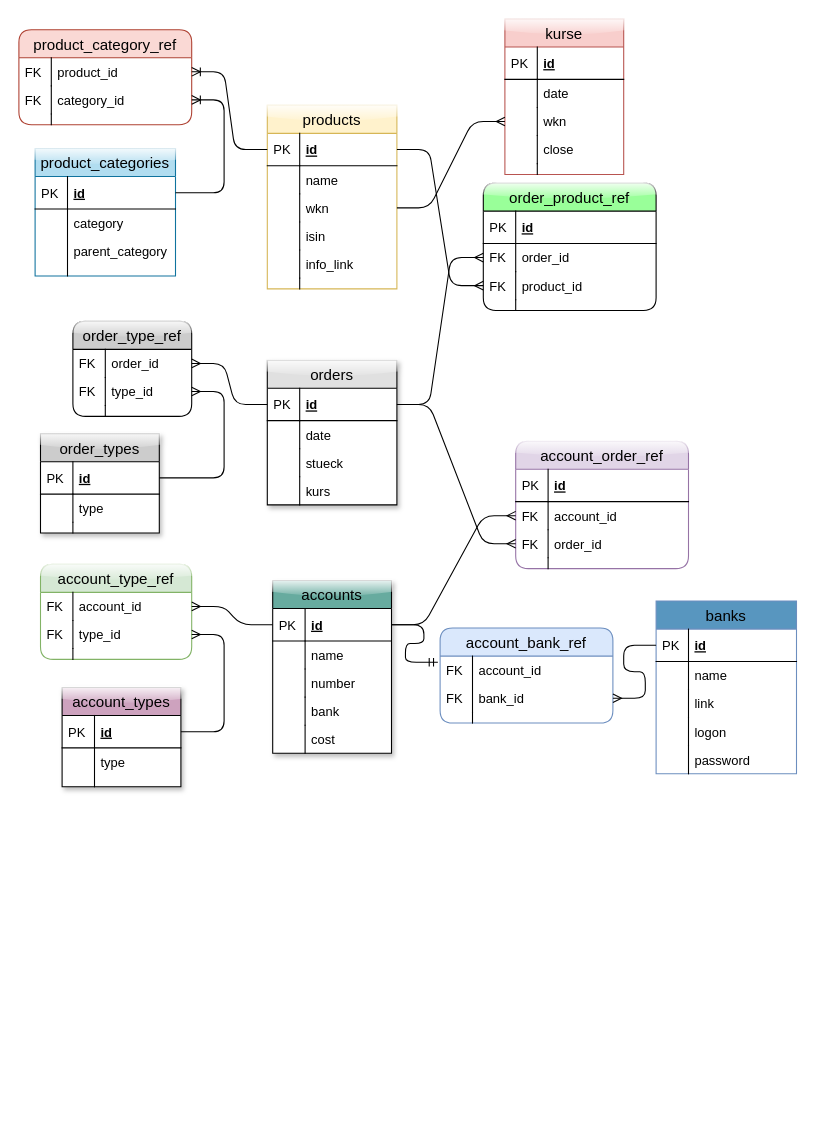
Before: database/investment/design/relationships.drawio in l07p/pi_server, a draw.io diagram. Source tidied: cells renumbered, new cells numbered last; positions are measured from the earlier drawing's top-left corner, leaving out a move shared by most shapes. Both pictures are drawn from the tidied source at 108%, with x=0, y=0 at pixel (18, 18).
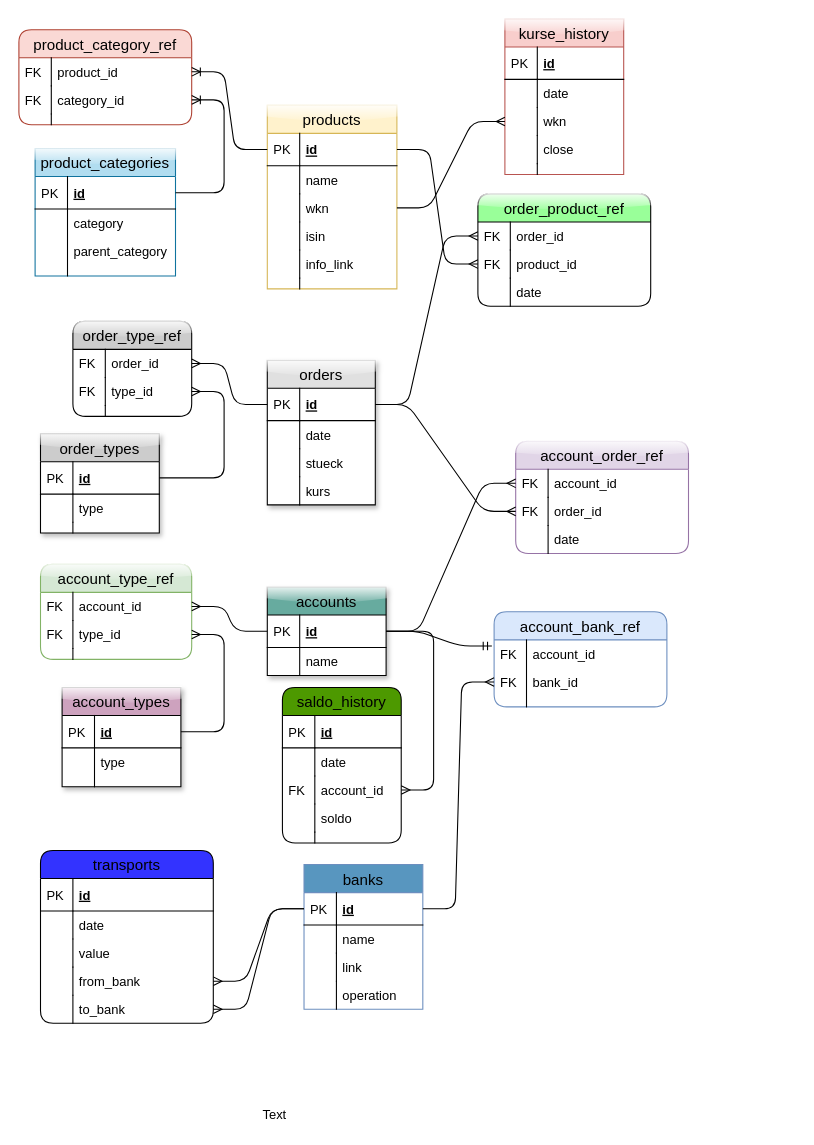
After the change.

The change refers to these unchanged cells:
```xml
<mxCell id="43" value="id" style="shape=partialRectangle;top=0;left=0;right=0;bottom=1;align=left;verticalAlign=middle;fillColor=none;spacingLeft=34;spacingRight=4;overflow=hidden;points=[[0,0.5],[1,0.5]];portConstraint=eastwest;fontStyle=5;fontSize=12;" parent="42" vertex="1">
  <mxGeometry y="26" width="110" height="30" as="geometry" />
</mxCell>
```

The edit, as a diff of the source:
```diff
@@
     <mxCell id="33" value="orders" style="swimlane;fontStyle=0;horizontal=1;startSize=26;fillColor=#e0e0e0;swimlaneFillColor=#ffffff;align=center;fontSize=14;rounded=0;glass=1;comic=0;shadow=1;" parent="1" vertex="1">
-      <mxGeometry x="230" y="316" width="120" height="134" as="geometry" />
+      <mxGeometry x="230" y="316" width="100" height="134" as="geometry" />
     </mxCell>
     <mxCell id="34" value="id" style="shape=partialRectangle;top=0;left=0;right=0;bottom=1;align=left;verticalAlign=middle;fillColor=none;spacingLeft=34;spacingRight=4;overflow=hidden;points=[[0,0.5],[1,0.5]];portConstraint=eastwest;fontStyle=5;fontSize=12;" parent="33" vertex="1">
-      <mxGeometry y="26" width="120" height="30" as="geometry" />
+      <mxGeometry y="26" width="100" height="30" as="geometry" />
     </mxCell>
@@
     <mxCell id="36" value="date" style="shape=partialRectangle;top=0;left=0;right=0;bottom=0;align=left;verticalAlign=top;fillColor=none;spacingLeft=34;spacingRight=4;overflow=hidden;fontSize=12;" parent="33" vertex="1">
-      <mxGeometry y="56" width="120" height="26" as="geometry" />
+      <mxGeometry y="56" width="100" height="26" as="geometry" />
     </mxCell>
@@
     <mxCell id="38" value="stueck" style="shape=partialRectangle;top=0;left=0;right=0;bottom=0;align=left;verticalAlign=top;fillColor=none;spacingLeft=34;spacingRight=4;overflow=hidden;fontSize=12;" parent="33" vertex="1">
-      <mxGeometry y="82" width="120" height="26" as="geometry" />
+      <mxGeometry y="82" width="100" height="26" as="geometry" />
     </mxCell>
@@
     <mxCell id="40" value="kurs" style="shape=partialRectangle;top=0;left=0;right=0;bottom=0;align=left;verticalAlign=top;fillColor=none;spacingLeft=34;spacingRight=4;overflow=hidden;fontSize=12;" parent="33" vertex="1">
-      <mxGeometry y="108" width="120" height="26" as="geometry" />
+      <mxGeometry y="108" width="100" height="26" as="geometry" />
     </mxCell>
@@
     <mxCell id="42" value="accounts" style="swimlane;fontStyle=0;horizontal=1;startSize=26;fillColor=#67AB9F;swimlaneFillColor=#ffffff;align=center;fontSize=14;rounded=0;shadow=1;glass=1;comic=0;" parent="1" vertex="1">
-      <mxGeometry x="235" y="520" width="110" height="160" as="geometry" />
+      <mxGeometry x="230" y="526" width="110" height="82" as="geometry" />
     </mxCell>
@@
-    <mxCell id="47" value="number" style="shape=partialRectangle;top=0;left=0;right=0;bottom=0;align=left;verticalAlign=top;fillColor=none;spacingLeft=34;spacingRight=4;overflow=hidden;fontSize=12;" parent="42" vertex="1">
-      <mxGeometry y="82" width="110" height="26" as="geometry" />
-    </mxCell>
-    <mxCell id="48" style="shape=partialRectangle;top=0;left=0;bottom=0;fillColor=none;align=left;verticalAlign=top;spacingLeft=4;spacingRight=4;overflow=hidden;fontSize=12;" parent="47" vertex="1">
-      <mxGeometry width="30" height="26" as="geometry" />
-    </mxCell>
-    <mxCell id="49" value="bank" style="shape=partialRectangle;top=0;left=0;right=0;bottom=0;align=left;verticalAlign=top;fillColor=none;spacingLeft=34;spacingRight=4;overflow=hidden;fontSize=12;" parent="42" vertex="1">
-      <mxGeometry y="108" width="110" height="26" as="geometry" />
-    </mxCell>
-    <mxCell id="50" style="shape=partialRectangle;top=0;left=0;bottom=0;fillColor=none;align=left;verticalAlign=top;spacingLeft=4;spacingRight=4;overflow=hidden;fontSize=12;" parent="49" vertex="1">
-      <mxGeometry width="30" height="26" as="geometry" />
-    </mxCell>
-    <mxCell id="51" value="cost" style="shape=partialRectangle;top=0;left=0;right=0;bottom=0;align=left;verticalAlign=top;fillColor=none;spacingLeft=34;spacingRight=4;overflow=hidden;fontSize=12;" parent="42" vertex="1">
-      <mxGeometry y="134" width="110" height="26" as="geometry" />
-    </mxCell>
-    <mxCell id="52" style="shape=partialRectangle;top=0;left=0;bottom=0;fillColor=none;align=left;verticalAlign=top;spacingLeft=4;spacingRight=4;overflow=hidden;fontSize=12;" parent="51" vertex="1">
-      <mxGeometry width="30" height="26" as="geometry" />
-    </mxCell>
@@
     <mxCell id="67" value="order_product_ref" style="swimlane;fontStyle=0;horizontal=1;startSize=26;fillColor=#99FF99;swimlaneFillColor=#ffffff;align=center;fontSize=14;rounded=1;glass=1;" parent="1" vertex="1">
-      <mxGeometry x="430" y="152" width="160" height="118" as="geometry" />
+      <mxGeometry x="425" y="162" width="160" height="104" as="geometry" />
     </mxCell>
-    <mxCell id="68" value="id" style="shape=partialRectangle;top=0;left=0;right=0;bottom=1;align=left;verticalAlign=middle;fillColor=none;spacingLeft=34;spacingRight=4;overflow=hidden;fontStyle=5;fontSize=12;" parent="67" vertex="1">
-      <mxGeometry y="26" width="160" height="30" as="geometry" />
-    </mxCell>
-    <mxCell id="69" value="PK" style="shape=partialRectangle;top=0;left=0;bottom=0;fillColor=none;align=left;verticalAlign=middle;spacingLeft=4;spacingRight=4;overflow=hidden;fontSize=12;" parent="68" vertex="1">
-      <mxGeometry width="30" height="30" as="geometry" />
-    </mxCell>
     <mxCell id="70" value="order_id" style="shape=partialRectangle;top=0;left=0;right=0;bottom=0;align=left;verticalAlign=top;fillColor=none;spacingLeft=34;spacingRight=4;overflow=hidden;points=[[0,0.5],[1,0.5]];portConstraint=eastwest;fontSize=12;" parent="67" vertex="1">
-      <mxGeometry y="56" width="160" height="26" as="geometry" />
+      <mxGeometry y="26" width="160" height="26" as="geometry" />
     </mxCell>
@@
     <mxCell id="72" value="product_id" style="shape=partialRectangle;top=0;left=0;right=0;bottom=0;align=left;verticalAlign=top;fillColor=none;spacingLeft=34;spacingRight=4;overflow=hidden;points=[[0,0.5],[1,0.5]];portConstraint=eastwest;fontSize=12;" parent="67" vertex="1">
-      <mxGeometry y="82" width="160" height="26" as="geometry" />
+      <mxGeometry y="52" width="160" height="26" as="geometry" />
     </mxCell>
@@
-    <mxCell id="74" style="shape=partialRectangle;top=0;left=0;right=0;bottom=0;align=left;verticalAlign=top;fillColor=none;spacingLeft=34;spacingRight=4;overflow=hidden;fontSize=12;" parent="67" vertex="1">
-      <mxGeometry y="108" width="160" height="10" as="geometry" />
-    </mxCell>
-    <mxCell id="75" style="shape=partialRectangle;top=0;left=0;bottom=0;fillColor=none;align=left;verticalAlign=top;spacingLeft=4;spacingRight=4;overflow=hidden;fontSize=12;" parent="74" vertex="1">
-      <mxGeometry width="30" height="10" as="geometry" />
-    </mxCell>
+    <mxCell id="139" value="date" style="shape=partialRectangle;top=0;left=0;right=0;bottom=0;align=left;verticalAlign=top;fillColor=none;spacingLeft=34;spacingRight=4;overflow=hidden;fontSize=12;" parent="67" vertex="1">
+      <mxGeometry y="78" width="160" height="26" as="geometry" />
+    </mxCell>
+    <mxCell id="140" style="shape=partialRectangle;top=0;left=0;bottom=0;fillColor=none;align=left;verticalAlign=top;spacingLeft=4;spacingRight=4;overflow=hidden;fontSize=12;" parent="139" vertex="1">
+      <mxGeometry width="30" height="26" as="geometry" />
+    </mxCell>
@@
     <mxCell id="96" value="account_order_ref" style="swimlane;fontStyle=0;horizontal=1;startSize=26;fillColor=#e1d5e7;swimlaneFillColor=#ffffff;align=center;fontSize=14;rounded=1;shadow=0;glass=1;strokeColor=#9673a6;" parent="1" vertex="1">
-      <mxGeometry x="460" y="391" width="160" height="118" as="geometry" />
+      <mxGeometry x="460" y="391" width="160" height="104" as="geometry" />
     </mxCell>
-    <mxCell id="97" value="id" style="shape=partialRectangle;top=0;left=0;right=0;bottom=1;align=left;verticalAlign=middle;fillColor=none;spacingLeft=34;spacingRight=4;overflow=hidden;fontStyle=5;fontSize=12;" parent="96" vertex="1">
-      <mxGeometry y="26" width="160" height="30" as="geometry" />
-    </mxCell>
-    <mxCell id="98" value="PK" style="shape=partialRectangle;top=0;left=0;bottom=0;fillColor=none;align=left;verticalAlign=middle;spacingLeft=4;spacingRight=4;overflow=hidden;fontSize=12;" parent="97" vertex="1">
-      <mxGeometry width="30" height="30" as="geometry" />
-    </mxCell>
     <mxCell id="99" value="account_id" style="shape=partialRectangle;top=0;left=0;right=0;bottom=0;align=left;verticalAlign=top;fillColor=none;spacingLeft=34;spacingRight=4;overflow=hidden;points=[[0,0.5],[1,0.5]];portConstraint=eastwest;fontSize=12;" parent="96" vertex="1">
-      <mxGeometry y="56" width="160" height="26" as="geometry" />
+      <mxGeometry y="26" width="160" height="26" as="geometry" />
     </mxCell>
@@
     <mxCell id="101" value="order_id" style="shape=partialRectangle;top=0;left=0;right=0;bottom=0;align=left;verticalAlign=top;fillColor=none;spacingLeft=34;spacingRight=4;overflow=hidden;points=[[0,0.5],[1,0.5]];portConstraint=eastwest;fontSize=12;" parent="96" vertex="1">
-      <mxGeometry y="82" width="160" height="26" as="geometry" />
+      <mxGeometry y="52" width="160" height="26" as="geometry" />
     </mxCell>
@@
-    <mxCell id="103" style="shape=partialRectangle;top=0;left=0;right=0;bottom=0;align=left;verticalAlign=top;fillColor=none;spacingLeft=34;spacingRight=4;overflow=hidden;fontSize=12;" parent="96" vertex="1">
-      <mxGeometry y="108" width="160" height="10" as="geometry" />
-    </mxCell>
-    <mxCell id="104" style="shape=partialRectangle;top=0;left=0;bottom=0;fillColor=none;align=left;verticalAlign=top;spacingLeft=4;spacingRight=4;overflow=hidden;fontSize=12;" parent="103" vertex="1">
-      <mxGeometry width="30" height="10" as="geometry" />
-    </mxCell>
+    <mxCell id="141" value="date" style="shape=partialRectangle;top=0;left=0;right=0;bottom=0;align=left;verticalAlign=top;fillColor=none;spacingLeft=34;spacingRight=4;overflow=hidden;fontSize=12;" parent="96" vertex="1">
+      <mxGeometry y="78" width="160" height="26" as="geometry" />
+    </mxCell>
+    <mxCell id="142" style="shape=partialRectangle;top=0;left=0;bottom=0;fillColor=none;align=left;verticalAlign=top;spacingLeft=4;spacingRight=4;overflow=hidden;fontSize=12;" parent="141" vertex="1">
+      <mxGeometry width="30" height="26" as="geometry" />
+    </mxCell>
@@
-    <mxCell id="107" value="kurse" style="swimlane;fontStyle=0;horizontal=1;startSize=26;fillColor=#f8cecc;swimlaneFillColor=#ffffff;align=center;fontSize=14;rounded=0;shadow=0;glass=1;strokeColor=#b85450;" parent="1" vertex="1">
+    <mxCell id="107" value="kurse_history" style="swimlane;fontStyle=0;horizontal=1;startSize=26;fillColor=#f8cecc;swimlaneFillColor=#ffffff;align=center;fontSize=14;rounded=0;shadow=0;glass=1;strokeColor=#b85450;" parent="1" vertex="1">
       <mxGeometry x="450" width="110" height="144" as="geometry" />
     </mxCell>
@@
     <mxCell id="119" value="banks" style="swimlane;fontStyle=0;horizontal=1;startSize=26;fillColor=#5896BF;swimlaneFillColor=#ffffff;align=center;fontSize=14;strokeColor=#6c8ebf;" parent="1" vertex="1">
-      <mxGeometry x="590" y="539" width="130" height="160" as="geometry" />
+      <mxGeometry x="264" y="783" width="110" height="134" as="geometry" />
     </mxCell>
     <mxCell id="120" value="id" style="shape=partialRectangle;top=0;left=0;right=0;bottom=1;align=left;verticalAlign=middle;fillColor=none;spacingLeft=34;spacingRight=4;overflow=hidden;points=[[0,0.5],[1,0.5]];portConstraint=eastwest;fontStyle=5;fontSize=12;" parent="119" vertex="1">
-      <mxGeometry y="26" width="130" height="30" as="geometry" />
+      <mxGeometry y="26" width="110" height="30" as="geometry" />
     </mxCell>
@@
     <mxCell id="122" value="name" style="shape=partialRectangle;top=0;left=0;right=0;bottom=0;align=left;verticalAlign=top;fillColor=none;spacingLeft=34;spacingRight=4;overflow=hidden;fontSize=12;" parent="119" vertex="1">
-      <mxGeometry y="56" width="130" height="26" as="geometry" />
+      <mxGeometry y="56" width="110" height="26" as="geometry" />
     </mxCell>
@@
     <mxCell id="124" value="link" style="shape=partialRectangle;top=0;left=0;right=0;bottom=0;align=left;verticalAlign=top;fillColor=none;spacingLeft=34;spacingRight=4;overflow=hidden;fontSize=12;" parent="119" vertex="1">
-      <mxGeometry y="82" width="130" height="26" as="geometry" />
+      <mxGeometry y="82" width="110" height="26" as="geometry" />
     </mxCell>
@@
-    <mxCell id="126" value="logon" style="shape=partialRectangle;top=0;left=0;right=0;bottom=0;align=left;verticalAlign=top;fillColor=none;spacingLeft=34;spacingRight=4;overflow=hidden;fontSize=12;" parent="119" vertex="1">
-      <mxGeometry y="108" width="130" height="26" as="geometry" />
+    <mxCell id="126" value="operation" style="shape=partialRectangle;top=0;left=0;right=0;bottom=0;align=left;verticalAlign=top;fillColor=none;spacingLeft=34;spacingRight=4;overflow=hidden;fontSize=12;" parent="119" vertex="1">
+      <mxGeometry y="108" width="110" height="26" as="geometry" />
     </mxCell>
@@
-    <mxCell id="128" value="password" style="shape=partialRectangle;top=0;left=0;right=0;bottom=0;align=left;verticalAlign=top;fillColor=none;spacingLeft=34;spacingRight=4;overflow=hidden;fontSize=12;" parent="119" vertex="1">
-      <mxGeometry y="134" width="130" height="26" as="geometry" />
-    </mxCell>
-    <mxCell id="129" style="shape=partialRectangle;top=0;left=0;bottom=0;fillColor=none;align=left;verticalAlign=top;spacingLeft=4;spacingRight=4;overflow=hidden;fontSize=12;" parent="128" vertex="1">
-      <mxGeometry width="30" height="26" as="geometry" />
-    </mxCell>
     <mxCell id="130" value="account_bank_ref" style="swimlane;fontStyle=0;horizontal=1;startSize=26;fillColor=#dae8fc;swimlaneFillColor=#ffffff;align=center;fontSize=14;rounded=1;strokeColor=#6c8ebf;" parent="1" vertex="1">
-      <mxGeometry x="390" y="564" width="160" height="88" as="geometry" />
+      <mxGeometry x="440" y="549" width="160" height="88" as="geometry" />
     </mxCell>
@@
+    <mxCell id="143" value="transports" style="swimlane;fontStyle=0;horizontal=1;startSize=26;fillColor=#3333FF;swimlaneFillColor=#ffffff;align=center;fontSize=14;rounded=1;" parent="1" vertex="1">
+      <mxGeometry x="20" y="770" width="160" height="160" as="geometry" />
+    </mxCell>
+    <mxCell id="144" value="id" style="shape=partialRectangle;top=0;left=0;right=0;bottom=1;align=left;verticalAlign=middle;fillColor=none;spacingLeft=34;spacingRight=4;overflow=hidden;fontStyle=5;fontSize=12;" parent="143" vertex="1">
+      <mxGeometry y="26" width="160" height="30" as="geometry" />
+    </mxCell>
+    <mxCell id="145" value="PK" style="shape=partialRectangle;top=0;left=0;bottom=0;fillColor=none;align=left;verticalAlign=middle;spacingLeft=4;spacingRight=4;overflow=hidden;fontSize=12;" parent="144" vertex="1">
+      <mxGeometry width="30" height="30" as="geometry" />
+    </mxCell>
+    <mxCell id="146" value="date" style="shape=partialRectangle;top=0;left=0;right=0;bottom=0;align=left;verticalAlign=top;fillColor=none;spacingLeft=34;spacingRight=4;overflow=hidden;fontSize=12;" parent="143" vertex="1">
+      <mxGeometry y="56" width="160" height="26" as="geometry" />
+    </mxCell>
+    <mxCell id="147" style="shape=partialRectangle;top=0;left=0;bottom=0;fillColor=none;align=left;verticalAlign=top;spacingLeft=4;spacingRight=4;overflow=hidden;fontSize=12;" parent="146" vertex="1">
+      <mxGeometry width="30" height="26" as="geometry" />
+    </mxCell>
+    <mxCell id="148" value="value" style="shape=partialRectangle;top=0;left=0;right=0;bottom=0;align=left;verticalAlign=top;fillColor=none;spacingLeft=34;spacingRight=4;overflow=hidden;fontSize=12;" parent="143" vertex="1">
+      <mxGeometry y="82" width="160" height="26" as="geometry" />
+    </mxCell>
+    <mxCell id="149" style="shape=partialRectangle;top=0;left=0;bottom=0;fillColor=none;align=left;verticalAlign=top;spacingLeft=4;spacingRight=4;overflow=hidden;fontSize=12;" parent="148" vertex="1">
+      <mxGeometry width="30" height="26" as="geometry" />
+    </mxCell>
+    <mxCell id="150" value="from_bank" style="shape=partialRectangle;top=0;left=0;right=0;bottom=0;align=left;verticalAlign=top;fillColor=none;spacingLeft=34;spacingRight=4;overflow=hidden;points=[[0,0.5],[1,0.5]];portConstraint=eastwest;fontSize=12;" parent="143" vertex="1">
+      <mxGeometry y="108" width="160" height="26" as="geometry" />
+    </mxCell>
+    <mxCell id="151" style="shape=partialRectangle;top=0;left=0;bottom=0;fillColor=none;align=left;verticalAlign=top;spacingLeft=4;spacingRight=4;overflow=hidden;fontSize=12;" parent="150" vertex="1">
+      <mxGeometry width="30" height="26" as="geometry" />
+    </mxCell>
+    <mxCell id="152" value="to_bank" style="shape=partialRectangle;top=0;left=0;right=0;bottom=0;align=left;verticalAlign=top;fillColor=none;spacingLeft=34;spacingRight=4;overflow=hidden;points=[[0,0.5],[1,0.5]];portConstraint=eastwest;fontSize=12;" parent="143" vertex="1">
+      <mxGeometry y="134" width="160" height="26" as="geometry" />
+    </mxCell>
+    <mxCell id="153" style="shape=partialRectangle;top=0;left=0;bottom=0;fillColor=none;align=left;verticalAlign=top;spacingLeft=4;spacingRight=4;overflow=hidden;fontSize=12;" parent="152" vertex="1">
+      <mxGeometry width="30" height="26" as="geometry" />
+    </mxCell>
+    <mxCell id="154" value="Text" style="text;html=1;align=left;verticalAlign=top;spacingTop=-4;" parent="1" vertex="1">
+      <mxGeometry x="224" y="1005" width="40" height="20" as="geometry" />
+    </mxCell>
+    <mxCell id="155" style="edgeStyle=entityRelationEdgeStyle;fontSize=12;html=1;endArrow=ERmany;" parent="1" edge="1" source="120" target="150">
+      <mxGeometry relative="1" as="geometry" />
+    </mxCell>
+    <mxCell id="156" style="edgeStyle=entityRelationEdgeStyle;fontSize=12;html=1;endArrow=ERmany;" parent="1" edge="1" source="120" target="152">
+      <mxGeometry relative="1" as="geometry" />
+    </mxCell>
+    <mxCell id="157" value="saldo_history" style="swimlane;fontStyle=0;horizontal=1;startSize=26;fillColor=#4D9900;swimlaneFillColor=#ffffff;align=center;fontSize=14;rounded=1;" parent="1" vertex="1">
+      <mxGeometry x="244" y="619" width="110" height="144" as="geometry" />
+    </mxCell>
+    <mxCell id="158" value="id" style="shape=partialRectangle;top=0;left=0;right=0;bottom=1;align=left;verticalAlign=middle;fillColor=none;spacingLeft=34;spacingRight=4;overflow=hidden;fontStyle=5;fontSize=12;" parent="157" vertex="1">
+      <mxGeometry y="26" width="110" height="30" as="geometry" />
+    </mxCell>
+    <mxCell id="159" value="PK" style="shape=partialRectangle;top=0;left=0;bottom=0;fillColor=none;align=left;verticalAlign=middle;spacingLeft=4;spacingRight=4;overflow=hidden;fontSize=12;" parent="158" vertex="1">
+      <mxGeometry width="30" height="30" as="geometry" />
+    </mxCell>
+    <mxCell id="160" value="date" style="shape=partialRectangle;top=0;left=0;right=0;bottom=0;align=left;verticalAlign=top;fillColor=none;spacingLeft=34;spacingRight=4;overflow=hidden;fontSize=12;" parent="157" vertex="1">
+      <mxGeometry y="56" width="110" height="26" as="geometry" />
+    </mxCell>
+    <mxCell id="161" style="shape=partialRectangle;top=0;left=0;bottom=0;fillColor=none;align=left;verticalAlign=top;spacingLeft=4;spacingRight=4;overflow=hidden;fontSize=12;" parent="160" vertex="1">
+      <mxGeometry width="30" height="26" as="geometry" />
+    </mxCell>
+    <mxCell id="162" value="account_id" style="shape=partialRectangle;top=0;left=0;right=0;bottom=0;align=left;verticalAlign=top;fillColor=none;spacingLeft=34;spacingRight=4;overflow=hidden;points=[[0,0.5],[1,0.5]];portConstraint=eastwest;fontSize=12;" parent="157" vertex="1">
+      <mxGeometry y="82" width="110" height="26" as="geometry" />
+    </mxCell>
+    <mxCell id="163" value="FK" style="shape=partialRectangle;top=0;left=0;bottom=0;fillColor=none;align=left;verticalAlign=top;spacingLeft=4;spacingRight=4;overflow=hidden;fontSize=12;" parent="162" vertex="1">
+      <mxGeometry width="30" height="26" as="geometry" />
+    </mxCell>
+    <mxCell id="164" value="soldo" style="shape=partialRectangle;top=0;left=0;right=0;bottom=0;align=left;verticalAlign=top;fillColor=none;spacingLeft=34;spacingRight=4;overflow=hidden;fontSize=12;" parent="157" vertex="1">
+      <mxGeometry y="108" width="110" height="26" as="geometry" />
+    </mxCell>
+    <mxCell id="165" style="shape=partialRectangle;top=0;left=0;bottom=0;fillColor=none;align=left;verticalAlign=top;spacingLeft=4;spacingRight=4;overflow=hidden;fontSize=12;" parent="164" vertex="1">
+      <mxGeometry width="30" height="26" as="geometry" />
+    </mxCell>
+    <mxCell id="166" style="shape=partialRectangle;top=0;left=0;right=0;bottom=0;align=left;verticalAlign=top;fillColor=none;spacingLeft=34;spacingRight=4;overflow=hidden;fontSize=12;" parent="157" vertex="1">
+      <mxGeometry y="134" width="110" height="10" as="geometry" />
+    </mxCell>
+    <mxCell id="167" style="shape=partialRectangle;top=0;left=0;bottom=0;fillColor=none;align=left;verticalAlign=top;spacingLeft=4;spacingRight=4;overflow=hidden;fontSize=12;" parent="166" vertex="1">
+      <mxGeometry width="30" height="10" as="geometry" />
+    </mxCell>
+    <mxCell id="168" style="edgeStyle=entityRelationEdgeStyle;fontSize=12;html=1;endArrow=ERmany;" parent="1" edge="1" source="43" target="162">
+      <mxGeometry relative="1" as="geometry" />
+    </mxCell>
```
